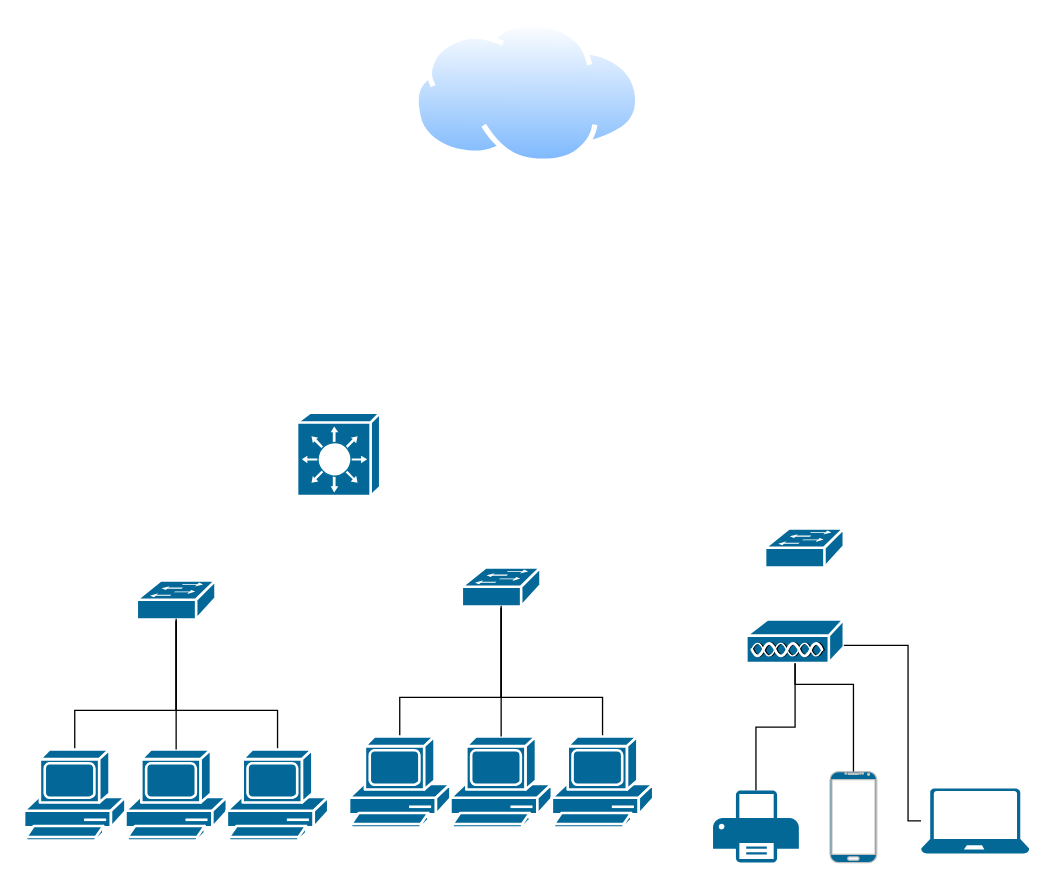
Reaimua/Network-Architecture-Project keeps this draw.io diagram as SuperNetwork.drawio. Above is the earlier version. Source tidied: cells renumbered, new cells numbered last; positions are measured from the earlier drawing's top-left corner, leaving out a move shared by most shapes. Both pictures are drawn from the tidied source at 130%, with x=0, y=0 at pixel (23, 21).
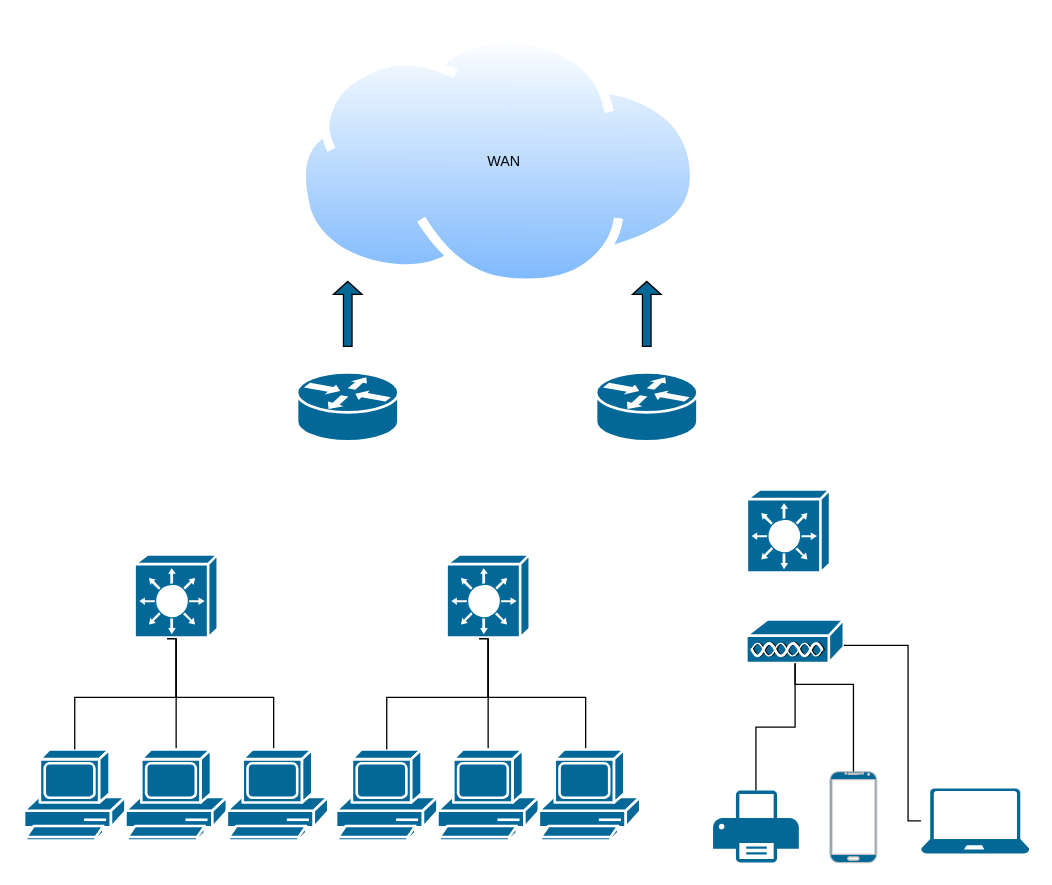
After the change.

Commit message:
almost done with 2-tier

Unchanged cells that the change refers to:
```xml
<mxCell id="4" style="shape=mxgraph.cisco.computers_and_peripherals.pc;html=1;dashed=0;fillColor=#036897;strokeColor=#ffffff;strokeWidth=2;verticalLabelPosition=bottom;verticalAlign=top;align=center;outlineConnect=0;" parent="1" vertex="1">
  <mxGeometry y="560" width="78" height="70" as="geometry" />
</mxCell>
<mxCell id="5" style="shape=mxgraph.cisco.computers_and_peripherals.pc;html=1;dashed=0;fillColor=#036897;strokeColor=#ffffff;strokeWidth=2;verticalLabelPosition=bottom;verticalAlign=top;align=center;outlineConnect=0;" parent="1" vertex="1">
  <mxGeometry x="78" y="560" width="78" height="70" as="geometry" />
</mxCell>
<mxCell id="7" style="shape=mxgraph.cisco.computers_and_peripherals.pc;html=1;dashed=0;fillColor=#036897;strokeColor=#ffffff;strokeWidth=2;verticalLabelPosition=bottom;verticalAlign=top;align=center;outlineConnect=0;" parent="1" vertex="1">
  <mxGeometry x="156" y="560" width="78" height="70" as="geometry" />
</mxCell>
```

Change to the diagram source:
```diff
@@
     <mxCell id="2" style="image;perimeter=ellipsePerimeter;html=1;align=center;shadow=0;dashed=0;spacingTop=3;image=img/lib/active_directory/internet_cloud.svg;" parent="1" vertex="1">
-      <mxGeometry x="300" width="174.6" height="110" as="geometry" />
+      <mxGeometry x="210" y="10" width="310" height="195.3" as="geometry" />
     </mxCell>
-    <mxCell id="3" style="edgeStyle=orthogonalEdgeStyle;rounded=0;jettySize=auto;html=1;endArrow=none;endFill=0;" parent="1" edge="1" source="4" target="8">
-      <mxGeometry relative="1" as="geometry">
-        <Array as="points">
-          <mxPoint x="39" y="530" />
-          <mxPoint x="117" y="530" />
-        </Array>
-      </mxGeometry>
-    </mxCell>
@@
+    <mxCell id="26" style="edgeStyle=orthogonalEdgeStyle;shape=connector;rounded=0;jettySize=auto;html=1;labelBackgroundColor=default;strokeColor=default;align=center;verticalAlign=middle;fontFamily=Helvetica;fontSize=11;fontColor=default;endArrow=none;endFill=0;" parent="1" edge="1" source="5">
+      <mxGeometry relative="1" as="geometry">
+        <mxPoint x="117" y="440" as="targetPoint" />
+      </mxGeometry>
+    </mxCell>
@@
-    <mxCell id="6" style="edgeStyle=orthogonalEdgeStyle;shape=connector;rounded=0;jettySize=auto;html=1;labelBackgroundColor=default;strokeColor=default;align=center;verticalAlign=middle;fontFamily=Helvetica;fontSize=11;fontColor=default;endArrow=none;endFill=0;" parent="1" edge="1" source="7" target="8">
-      <mxGeometry relative="1" as="geometry">
-        <Array as="points">
-          <mxPoint x="195" y="530" />
-          <mxPoint x="117" y="530" />
-        </Array>
-      </mxGeometry>
-    </mxCell>
+    <mxCell id="27" style="edgeStyle=orthogonalEdgeStyle;shape=connector;rounded=0;orthogonalLoop=1;jettySize=auto;html=1;exitX=0.5;exitY=0;exitDx=0;exitDy=0;exitPerimeter=0;labelBackgroundColor=default;strokeColor=default;align=center;verticalAlign=middle;fontFamily=Helvetica;fontSize=11;fontColor=default;endArrow=none;endFill=0;" parent="1" edge="1">
+      <mxGeometry relative="1" as="geometry">
+        <mxPoint x="192" y="560" as="sourcePoint" />
+        <mxPoint x="117" y="444" as="targetPoint" />
+        <Array as="points">
+          <mxPoint x="192" y="520" />
+          <mxPoint x="117" y="520" />
+        </Array>
+      </mxGeometry>
+    </mxCell>
@@
-    <mxCell id="8" style="shape=mxgraph.cisco.switches.workgroup_switch;html=1;dashed=0;fillColor=#036897;strokeColor=#ffffff;strokeWidth=2;verticalLabelPosition=bottom;verticalAlign=top;align=center;outlineConnect=0;" parent="1" vertex="1">
-      <mxGeometry x="86.7" y="430" width="60.6" height="30" as="geometry" />
-    </mxCell>
-    <mxCell id="9" style="edgeStyle=orthogonalEdgeStyle;rounded=0;jettySize=auto;html=1;entryX=0.5;entryY=0.98;entryDx=0;entryDy=0;entryPerimeter=0;endArrow=none;endFill=0;" parent="1" edge="1" source="5" target="8">
-      <mxGeometry relative="1" as="geometry" />
-    </mxCell>
     <mxCell id="10" style="shape=mxgraph.cisco.switches.layer_3_switch;html=1;dashed=0;fillColor=#036897;strokeColor=#ffffff;strokeWidth=2;verticalLabelPosition=bottom;verticalAlign=top;align=center;outlineConnect=0;fontFamily=Helvetica;fontSize=11;fontColor=default;" parent="1" vertex="1">
-      <mxGeometry x="210" y="301" width="64" height="64" as="geometry" />
+      <mxGeometry x="85" y="410" width="64" height="64" as="geometry" />
     </mxCell>
-    <mxCell id="11" style="edgeStyle=orthogonalEdgeStyle;rounded=0;jettySize=auto;html=1;endArrow=none;endFill=0;" parent="1" edge="1" source="12" target="16">
-      <mxGeometry relative="1" as="geometry">
-        <Array as="points">
-          <mxPoint x="289" y="520" />
-          <mxPoint x="367" y="520" />
-        </Array>
-      </mxGeometry>
-    </mxCell>
-    <mxCell id="12" style="shape=mxgraph.cisco.computers_and_peripherals.pc;html=1;dashed=0;fillColor=#036897;strokeColor=#ffffff;strokeWidth=2;verticalLabelPosition=bottom;verticalAlign=top;align=center;outlineConnect=0;" parent="1" vertex="1">
-      <mxGeometry x="250" y="550" width="78" height="70" as="geometry" />
-    </mxCell>
-    <mxCell id="13" style="shape=mxgraph.cisco.computers_and_peripherals.pc;html=1;dashed=0;fillColor=#036897;strokeColor=#ffffff;strokeWidth=2;verticalLabelPosition=bottom;verticalAlign=top;align=center;outlineConnect=0;" parent="1" vertex="1">
-      <mxGeometry x="328" y="550" width="78" height="70" as="geometry" />
-    </mxCell>
-    <mxCell id="14" style="edgeStyle=orthogonalEdgeStyle;shape=connector;rounded=0;jettySize=auto;html=1;labelBackgroundColor=default;strokeColor=default;align=center;verticalAlign=middle;fontFamily=Helvetica;fontSize=11;fontColor=default;endArrow=none;endFill=0;" parent="1" edge="1" source="15" target="16">
-      <mxGeometry relative="1" as="geometry">
-        <Array as="points">
-          <mxPoint x="445" y="520" />
-          <mxPoint x="367" y="520" />
-        </Array>
-      </mxGeometry>
-    </mxCell>
-    <mxCell id="15" style="shape=mxgraph.cisco.computers_and_peripherals.pc;html=1;dashed=0;fillColor=#036897;strokeColor=#ffffff;strokeWidth=2;verticalLabelPosition=bottom;verticalAlign=top;align=center;outlineConnect=0;" parent="1" vertex="1">
-      <mxGeometry x="406" y="550" width="78" height="70" as="geometry" />
-    </mxCell>
-    <mxCell id="16" style="shape=mxgraph.cisco.switches.workgroup_switch;html=1;dashed=0;fillColor=#036897;strokeColor=#ffffff;strokeWidth=2;verticalLabelPosition=bottom;verticalAlign=top;align=center;outlineConnect=0;" parent="1" vertex="1">
-      <mxGeometry x="336.7" y="420" width="60.6" height="30" as="geometry" />
-    </mxCell>
-    <mxCell id="17" style="edgeStyle=orthogonalEdgeStyle;rounded=0;jettySize=auto;html=1;entryX=0.5;entryY=0.98;entryDx=0;entryDy=0;entryPerimeter=0;endArrow=none;endFill=0;" parent="1" edge="1" source="13" target="16">
-      <mxGeometry relative="1" as="geometry" />
-    </mxCell>
-    <mxCell id="18" style="shape=mxgraph.cisco.switches.workgroup_switch;html=1;dashed=0;fillColor=#036897;strokeColor=#ffffff;strokeWidth=2;verticalLabelPosition=bottom;verticalAlign=top;align=center;" parent="1" vertex="1">
-      <mxGeometry x="570" y="390" width="60.6" height="30" as="geometry" />
-    </mxCell>
@@
+    <mxCell id="28" style="shape=mxgraph.cisco.switches.layer_3_switch;html=1;dashed=0;fillColor=#036897;strokeColor=#ffffff;strokeWidth=2;verticalLabelPosition=bottom;verticalAlign=top;align=center;fontFamily=Helvetica;fontSize=11;fontColor=default;" parent="1" vertex="1">
+      <mxGeometry x="556" y="360" width="64" height="64" as="geometry" />
+    </mxCell>
+    <mxCell id="29" style="edgeStyle=orthogonalEdgeStyle;shape=connector;rounded=0;jettySize=auto;html=1;entryX=0.391;entryY=1.013;entryDx=0;entryDy=0;entryPerimeter=0;labelBackgroundColor=default;strokeColor=default;align=center;verticalAlign=middle;fontFamily=Helvetica;fontSize=11;fontColor=default;endArrow=none;endFill=0;" parent="1" edge="1" source="4" target="10">
+      <mxGeometry relative="1" as="geometry">
+        <Array as="points">
+          <mxPoint x="39" y="520" />
+          <mxPoint x="117" y="520" />
+        </Array>
+      </mxGeometry>
+    </mxCell>
+    <mxCell id="30" style="shape=mxgraph.cisco.computers_and_peripherals.pc;html=1;dashed=0;fillColor=#036897;strokeColor=#ffffff;strokeWidth=2;verticalLabelPosition=bottom;verticalAlign=top;align=center;outlineConnect=0;" parent="1" vertex="1">
+      <mxGeometry x="240" y="560" width="78" height="70" as="geometry" />
+    </mxCell>
+    <mxCell id="31" style="edgeStyle=orthogonalEdgeStyle;shape=connector;rounded=0;jettySize=auto;html=1;labelBackgroundColor=default;strokeColor=default;align=center;verticalAlign=middle;fontFamily=Helvetica;fontSize=11;fontColor=default;endArrow=none;endFill=0;" parent="1" edge="1" source="32">
+      <mxGeometry relative="1" as="geometry">
+        <mxPoint x="357" y="440" as="targetPoint" />
+      </mxGeometry>
+    </mxCell>
+    <mxCell id="32" style="shape=mxgraph.cisco.computers_and_peripherals.pc;html=1;dashed=0;fillColor=#036897;strokeColor=#ffffff;strokeWidth=2;verticalLabelPosition=bottom;verticalAlign=top;align=center;outlineConnect=0;" parent="1" vertex="1">
+      <mxGeometry x="318" y="560" width="78" height="70" as="geometry" />
+    </mxCell>
+    <mxCell id="33" style="edgeStyle=orthogonalEdgeStyle;shape=connector;rounded=0;orthogonalLoop=1;jettySize=auto;html=1;exitX=0.5;exitY=0;exitDx=0;exitDy=0;exitPerimeter=0;labelBackgroundColor=default;strokeColor=default;align=center;verticalAlign=middle;fontFamily=Helvetica;fontSize=11;fontColor=default;endArrow=none;endFill=0;" parent="1" edge="1">
+      <mxGeometry relative="1" as="geometry">
+        <mxPoint x="432" y="560" as="sourcePoint" />
+        <mxPoint x="357" y="444" as="targetPoint" />
+        <Array as="points">
+          <mxPoint x="432" y="520" />
+          <mxPoint x="357" y="520" />
+        </Array>
+      </mxGeometry>
+    </mxCell>
+    <mxCell id="34" style="shape=mxgraph.cisco.computers_and_peripherals.pc;html=1;dashed=0;fillColor=#036897;strokeColor=#ffffff;strokeWidth=2;verticalLabelPosition=bottom;verticalAlign=top;align=center;" parent="1" vertex="1">
+      <mxGeometry x="396" y="560" width="78" height="70" as="geometry" />
+    </mxCell>
+    <mxCell id="35" style="shape=mxgraph.cisco.switches.layer_3_switch;html=1;dashed=0;fillColor=#036897;strokeColor=#ffffff;strokeWidth=2;verticalLabelPosition=bottom;verticalAlign=top;align=center;outlineConnect=0;fontFamily=Helvetica;fontSize=11;fontColor=default;" parent="1" vertex="1">
+      <mxGeometry x="325" y="410" width="64" height="64" as="geometry" />
+    </mxCell>
+    <mxCell id="36" style="edgeStyle=orthogonalEdgeStyle;shape=connector;rounded=0;jettySize=auto;html=1;entryX=0.391;entryY=1.013;entryDx=0;entryDy=0;entryPerimeter=0;labelBackgroundColor=default;strokeColor=default;align=center;verticalAlign=middle;fontFamily=Helvetica;fontSize=11;fontColor=default;endArrow=none;endFill=0;" parent="1" edge="1" source="30" target="35">
+      <mxGeometry relative="1" as="geometry">
+        <Array as="points">
+          <mxPoint x="279" y="520" />
+          <mxPoint x="357" y="520" />
+        </Array>
+      </mxGeometry>
+    </mxCell>
+    <mxCell id="37" style="shape=mxgraph.cisco.routers.router;html=1;dashed=0;fillColor=#036897;strokeColor=#ffffff;strokeWidth=2;verticalLabelPosition=bottom;verticalAlign=top;align=center;fontFamily=Helvetica;fontSize=11;fontColor=default;" parent="1" vertex="1">
+      <mxGeometry x="440" y="270" width="78" height="53" as="geometry" />
+    </mxCell>
+    <mxCell id="38" style="shape=mxgraph.cisco.routers.router;html=1;dashed=0;fillColor=#036897;strokeColor=#ffffff;strokeWidth=2;verticalLabelPosition=bottom;verticalAlign=top;align=center;fontFamily=Helvetica;fontSize=11;fontColor=default;" parent="1" vertex="1">
+      <mxGeometry x="210" y="270" width="78" height="53" as="geometry" />
+    </mxCell>
+    <mxCell id="39" value="WAN" style="text;html=1;align=center;verticalAlign=middle;strokeColor=none;fillColor=none;fontSize=11;fontFamily=Helvetica;fontColor=default;" parent="1" vertex="1">
+      <mxGeometry x="344" y="92.6" width="50" height="30" as="geometry" />
+    </mxCell>
+    <mxCell id="40" style="shape=singleArrow;direction=north;whiteSpace=wrap;html=1;fontFamily=Helvetica;fontSize=11;fontColor=default;fillColor=#046897;" parent="1" vertex="1">
+      <mxGeometry x="238" y="200" width="22" height="50" as="geometry" />
+    </mxCell>
+    <mxCell id="41" style="shape=singleArrow;direction=north;whiteSpace=wrap;html=1;fontFamily=Helvetica;fontSize=11;fontColor=default;fillColor=#046897;" parent="1" vertex="1">
+      <mxGeometry x="468" y="200" width="22" height="50" as="geometry" />
+    </mxCell>
```
